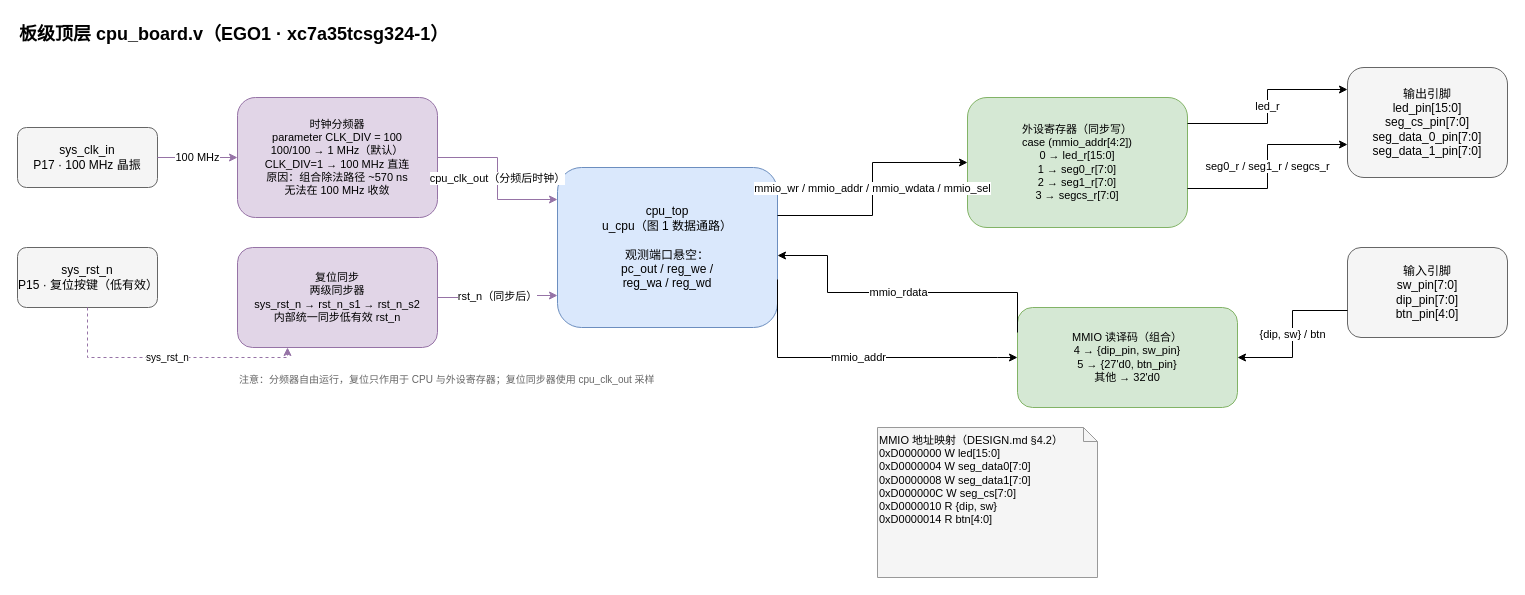
Earlier version of the draw.io diagram page "2-板级顶层cpu_board" (2 of 3) of design/arch_single_cycle_cpu.drawio (Y-LarK/hardware_design). Source tidied: cells renumbered, new cells numbered last; positions are measured from the earlier drawing's top-left corner, leaving out a move shared by most shapes. Both pictures are drawn from the tidied source at 100%, with x=0, y=0 at pixel (17, 17).
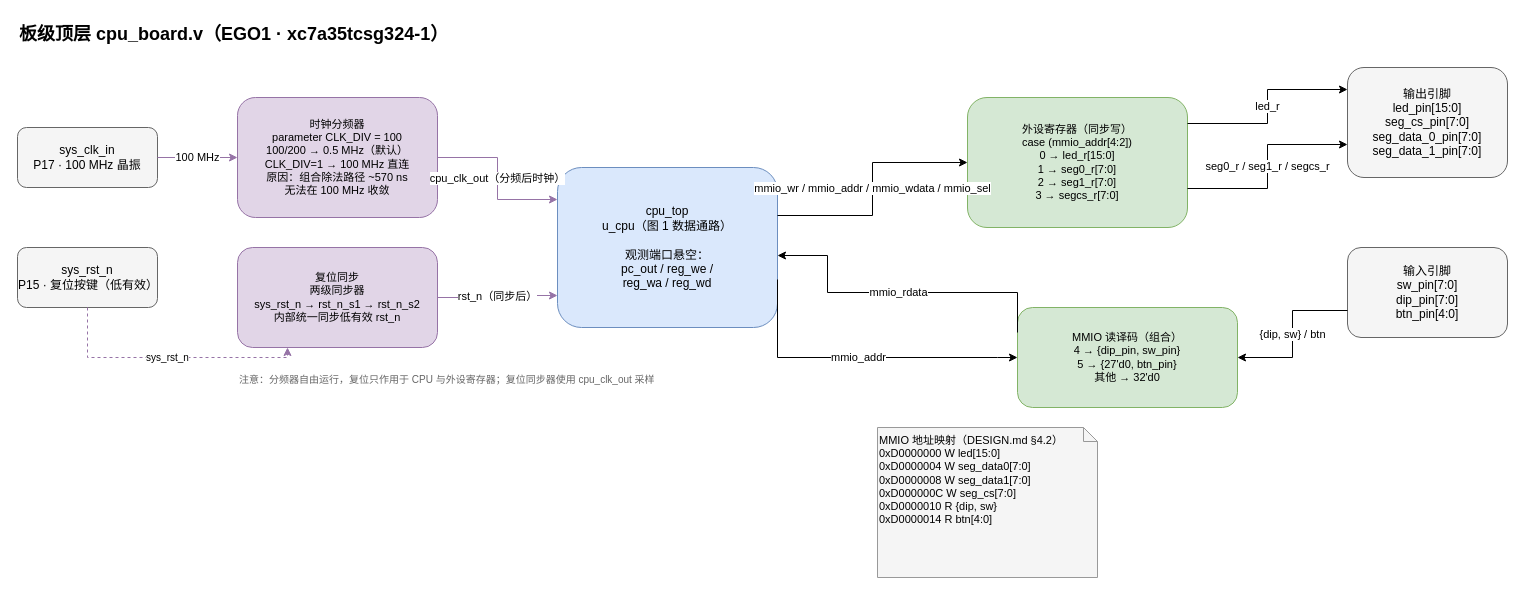
The same diagram, later.

The edit, as a diff of the source:
```diff
@@
-    <mxCell id="7" value="时钟分频器&#10;parameter CLK_DIV = 100&#10;100/100 → 1 MHz（默认）&#10;CLK_DIV=1 → 100 MHz 直连&#10;原因：组合除法路径 ~570 ns&#10;无法在 100 MHz 收敛" style="rounded=1;whiteSpace=wrap;html=1;fillColor=#e1d5e7;strokeColor=#9673a6;fontSize=11;" parent="1" vertex="1">
+    <mxCell id="7" value="时钟分频器&#10;parameter CLK_DIV = 100&#10;100/200 → 0.5 MHz（默认）&#10;CLK_DIV=1 → 100 MHz 直连&#10;原因：组合除法路径 ~570 ns&#10;无法在 100 MHz 收敛" style="rounded=1;whiteSpace=wrap;html=1;fillColor=#e1d5e7;strokeColor=#9673a6;fontSize=11;" parent="1" vertex="1">
       <mxGeometry x="220" y="80" width="200" height="120" as="geometry" />
     </mxCell>
```
